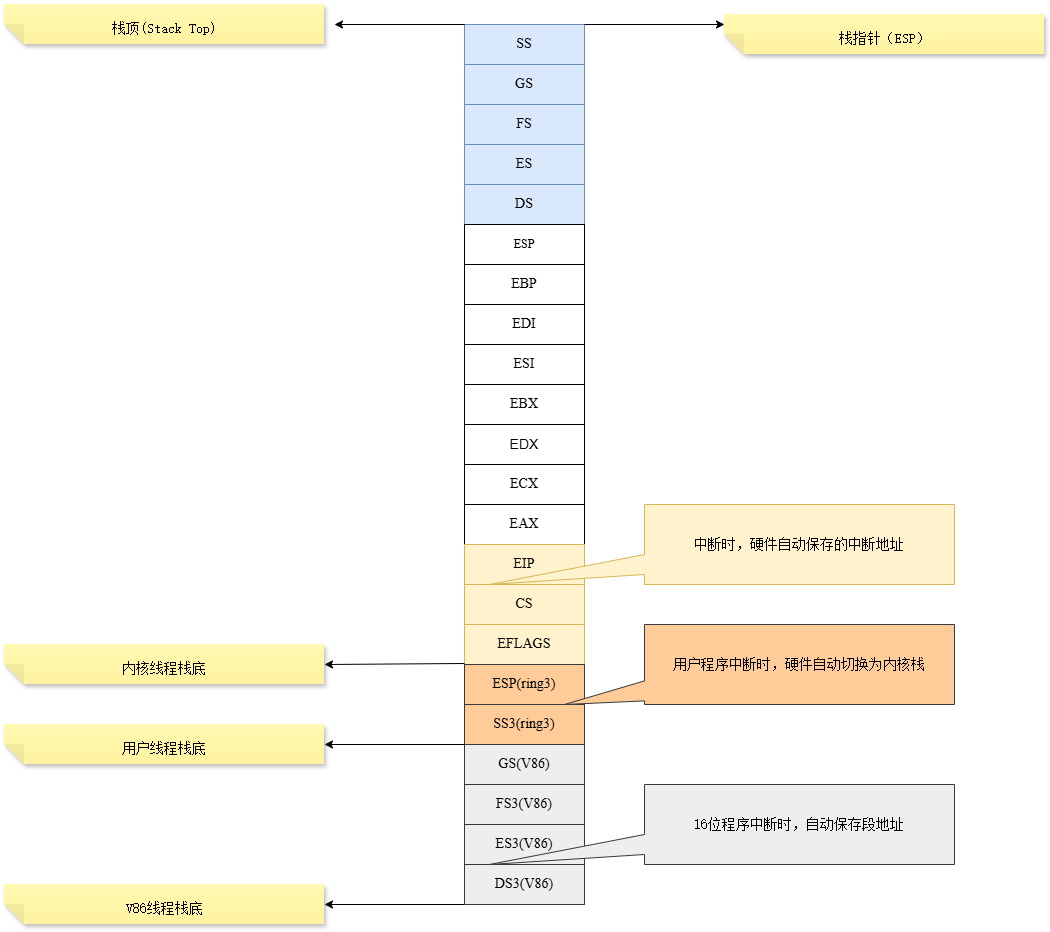
This is 中断时栈布局图.png from satadriver/essay, a draw.io export, as it was before one commit. Source tidied: cells renumbered, new cells last; positions are measured from the earlier drawing's top-left corner, leaving out a move shared by most shapes.
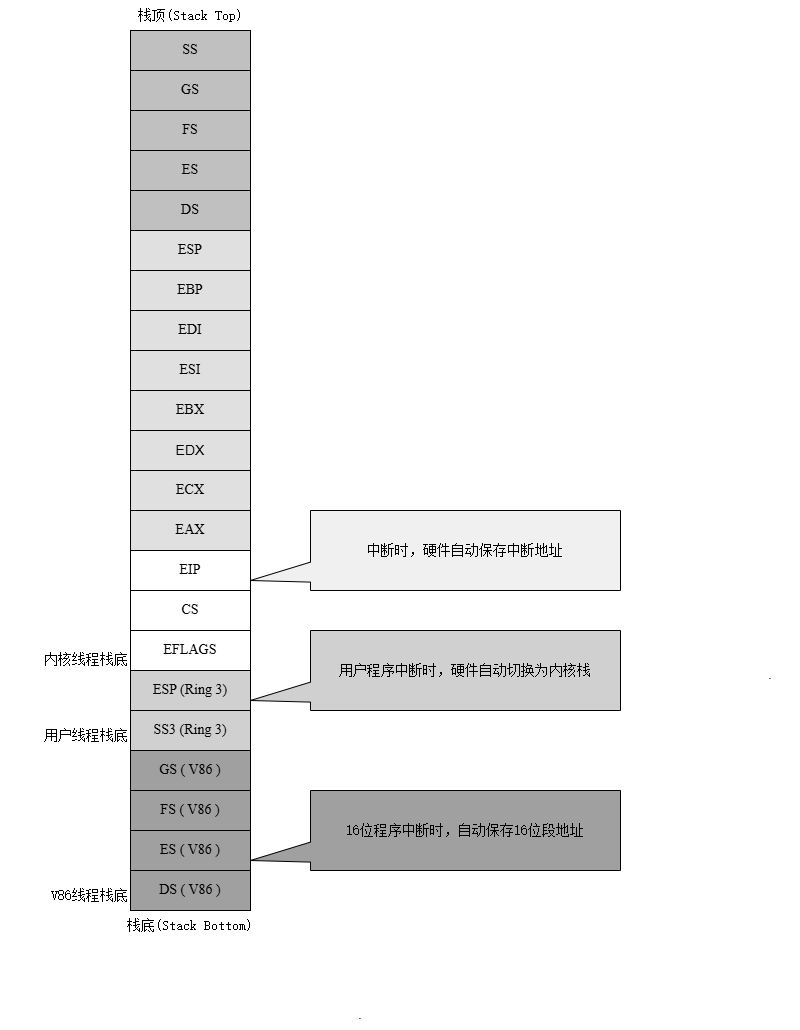
The same file after the commit.

Diff of the diagram source:
```diff
@@ -2,121 +2,101 @@
   <root>
     <mxCell id="0" />
     <mxCell id="1" parent="0" />
-    <mxCell id="2" value="&lt;font style=&quot;font-size: 14px;&quot; face=&quot;Times New Roman&quot;&gt;GS&lt;/font&gt;" style="rounded=0;whiteSpace=wrap;html=1;fillColor=#dae8fc;strokeColor=#6c8ebf;" parent="1" vertex="1">
+    <mxCell id="2" value="&lt;font style=&quot;font-size: 14px;&quot; face=&quot;Times New Roman&quot;&gt;GS&lt;/font&gt;" style="rounded=0;whiteSpace=wrap;html=1;fillColor=light-dark(#C0C0C0,#1D293B);strokeColor=default;" parent="1" vertex="1">
       <mxGeometry x="460" y="60" width="120" height="40" as="geometry" />
     </mxCell>
-    <mxCell id="3" value="&lt;font style=&quot;font-size: 14px;&quot; face=&quot;Times New Roman&quot;&gt;FS&lt;/font&gt;" style="rounded=0;whiteSpace=wrap;html=1;fillColor=#dae8fc;strokeColor=#6c8ebf;" parent="1" vertex="1">
+    <mxCell id="3" value="&lt;font style=&quot;font-size: 14px;&quot; face=&quot;Times New Roman&quot;&gt;FS&lt;/font&gt;" style="rounded=0;whiteSpace=wrap;html=1;fillColor=light-dark(#C0C0C0,#1D293B);strokeColor=default;" parent="1" vertex="1">
       <mxGeometry x="460" y="100" width="120" height="40" as="geometry" />
     </mxCell>
-    <mxCell id="4" value="&lt;font face=&quot;Times New Roman&quot; style=&quot;font-size: 14px;&quot;&gt;ES&lt;/font&gt;" style="rounded=0;whiteSpace=wrap;html=1;fillColor=#dae8fc;strokeColor=#6c8ebf;" parent="1" vertex="1">
+    <mxCell id="4" value="&lt;font face=&quot;Times New Roman&quot; style=&quot;font-size: 14px;&quot;&gt;ES&lt;/font&gt;" style="rounded=0;whiteSpace=wrap;html=1;fillColor=#C0C0C0;strokeColor=default;" parent="1" vertex="1">
       <mxGeometry x="460" y="140" width="120" height="40" as="geometry" />
     </mxCell>
-    <mxCell id="5" value="&lt;font style=&quot;font-size: 14px;&quot; face=&quot;Times New Roman&quot;&gt;DS&lt;/font&gt;" style="rounded=0;whiteSpace=wrap;html=1;fillColor=#dae8fc;strokeColor=#6c8ebf;" parent="1" vertex="1">
+    <mxCell id="5" value="&lt;font style=&quot;font-size: 14px;&quot; face=&quot;Times New Roman&quot;&gt;DS&lt;/font&gt;" style="rounded=0;whiteSpace=wrap;html=1;fillColor=light-dark(#C0C0C0,#1D293B);strokeColor=default;" parent="1" vertex="1">
       <mxGeometry x="460" y="180" width="120" height="40" as="geometry" />
     </mxCell>
-    <mxCell id="6" value="&lt;font face=&quot;Times New Roman&quot;&gt;ESP&lt;/font&gt;" style="rounded=0;whiteSpace=wrap;html=1;" parent="1" vertex="1">
+    <mxCell id="6" value="&lt;font face=&quot;Times New Roman&quot; style=&quot;font-size: 14px;&quot;&gt;ESP&lt;/font&gt;" style="rounded=0;whiteSpace=wrap;html=1;fillColor=#E0E0E0;strokeColor=default;" parent="1" vertex="1">
       <mxGeometry x="460" y="220" width="120" height="40" as="geometry" />
     </mxCell>
-    <mxCell id="7" value="&lt;font style=&quot;font-size: 14px;&quot; face=&quot;Times New Roman&quot;&gt;EBP&lt;/font&gt;" style="rounded=0;whiteSpace=wrap;html=1;" parent="1" vertex="1">
+    <mxCell id="7" value="&lt;font style=&quot;font-size: 14px;&quot; face=&quot;Times New Roman&quot;&gt;EBP&lt;/font&gt;" style="rounded=0;whiteSpace=wrap;html=1;fillColor=#E0E0E0;strokeColor=default;" parent="1" vertex="1">
       <mxGeometry x="460" y="260" width="120" height="40" as="geometry" />
     </mxCell>
-    <mxCell id="8" value="&lt;font style=&quot;font-size: 14px;&quot; face=&quot;Times New Roman&quot;&gt;EDI&lt;/font&gt;" style="rounded=0;whiteSpace=wrap;html=1;" parent="1" vertex="1">
+    <mxCell id="8" value="&lt;font style=&quot;font-size: 14px;&quot; face=&quot;Times New Roman&quot;&gt;EDI&lt;/font&gt;" style="rounded=0;whiteSpace=wrap;html=1;fillColor=#E0E0E0;strokeColor=default;" parent="1" vertex="1">
       <mxGeometry x="460" y="300" width="120" height="40" as="geometry" />
     </mxCell>
-    <mxCell id="9" value="&lt;font face=&quot;Times New Roman&quot; style=&quot;font-size: 14px;&quot;&gt;SS&lt;/font&gt;" style="rounded=0;whiteSpace=wrap;html=1;fillColor=#dae8fc;strokeColor=#6c8ebf;" parent="1" vertex="1">
+    <mxCell id="9" value="&lt;font face=&quot;Times New Roman&quot; style=&quot;font-size: 14px;&quot;&gt;SS&lt;/font&gt;" style="rounded=0;whiteSpace=wrap;html=1;fillColor=light-dark(#C0C0C0,#1D293B);strokeColor=default;" parent="1" vertex="1">
       <mxGeometry x="460" y="20" width="120" height="40" as="geometry" />
     </mxCell>
-    <mxCell id="10" value="&lt;font style=&quot;font-size: 14px;&quot; face=&quot;Times New Roman&quot;&gt;ESI&lt;/font&gt;" style="rounded=0;whiteSpace=wrap;html=1;" parent="1" vertex="1">
+    <mxCell id="10" value="&lt;font style=&quot;font-size: 14px;&quot; face=&quot;Times New Roman&quot;&gt;ESI&lt;/font&gt;" style="rounded=0;whiteSpace=wrap;html=1;fillColor=#E0E0E0;strokeColor=default;" parent="1" vertex="1">
       <mxGeometry x="460" y="340" width="120" height="40" as="geometry" />
     </mxCell>
-    <mxCell id="11" value="&lt;font face=&quot;Times New Roman&quot; style=&quot;font-size: 14px;&quot;&gt;EBX&lt;/font&gt;" style="rounded=0;whiteSpace=wrap;html=1;" parent="1" vertex="1">
+    <mxCell id="11" value="&lt;font face=&quot;Times New Roman&quot; style=&quot;font-size: 14px;&quot;&gt;EBX&lt;/font&gt;" style="rounded=0;whiteSpace=wrap;html=1;fillColor=#E0E0E0;strokeColor=default;" parent="1" vertex="1">
       <mxGeometry x="460" y="380" width="120" height="40" as="geometry" />
     </mxCell>
-    <mxCell id="12" value="&lt;font style=&quot;font-size: 14px;&quot;&gt;EDX&lt;/font&gt;" style="rounded=0;whiteSpace=wrap;html=1;" parent="1" vertex="1">
+    <mxCell id="12" value="&lt;font style=&quot;font-size: 14px;&quot;&gt;EDX&lt;/font&gt;" style="rounded=0;whiteSpace=wrap;html=1;fillColor=#E0E0E0;strokeColor=default;" parent="1" vertex="1">
       <mxGeometry x="460" y="420" width="120" height="40" as="geometry" />
     </mxCell>
-    <mxCell id="13" value="&lt;font style=&quot;font-size: 14px;&quot; face=&quot;Times New Roman&quot;&gt;ECX&lt;/font&gt;" style="rounded=0;whiteSpace=wrap;html=1;" parent="1" vertex="1">
+    <mxCell id="13" value="&lt;font style=&quot;font-size: 14px;&quot; face=&quot;Times New Roman&quot;&gt;ECX&lt;/font&gt;" style="rounded=0;whiteSpace=wrap;html=1;fillColor=#E0E0E0;strokeColor=default;" parent="1" vertex="1">
       <mxGeometry x="460" y="460" width="120" height="40" as="geometry" />
     </mxCell>
-    <mxCell id="14" value="&lt;font face=&quot;Times New Roman&quot; style=&quot;font-size: 14px;&quot;&gt;EAX&lt;/font&gt;" style="rounded=0;whiteSpace=wrap;html=1;" parent="1" vertex="1">
+    <mxCell id="14" value="&lt;font face=&quot;Times New Roman&quot; style=&quot;font-size: 14px;&quot;&gt;EAX&lt;/font&gt;" style="rounded=0;whiteSpace=wrap;html=1;fillColor=#E0E0E0;strokeColor=default;" parent="1" vertex="1">
       <mxGeometry x="460" y="500" width="120" height="40" as="geometry" />
     </mxCell>
-    <mxCell id="15" value="&lt;font face=&quot;Times New Roman&quot; style=&quot;font-size: 14px;&quot;&gt;EIP&lt;/font&gt;" style="rounded=0;whiteSpace=wrap;html=1;fillColor=#fff2cc;strokeColor=#d6b656;" parent="1" vertex="1">
+    <mxCell id="15" value="&lt;font face=&quot;Times New Roman&quot; style=&quot;font-size: 14px;&quot;&gt;EIP&lt;/font&gt;" style="rounded=0;whiteSpace=wrap;html=1;fillColor=#FFFFFF;strokeColor=default;" parent="1" vertex="1">
       <mxGeometry x="460" y="540" width="120" height="40" as="geometry" />
     </mxCell>
-    <mxCell id="16" value="&lt;font face=&quot;Times New Roman&quot; style=&quot;font-size: 14px;&quot;&gt;CS&lt;/font&gt;" style="rounded=0;whiteSpace=wrap;html=1;fillColor=#fff2cc;strokeColor=#d6b656;" parent="1" vertex="1">
+    <mxCell id="16" value="&lt;font face=&quot;Times New Roman&quot; style=&quot;font-size: 14px;&quot;&gt;CS&lt;/font&gt;" style="rounded=0;whiteSpace=wrap;html=1;fillColor=#FFFFFF;strokeColor=default;" parent="1" vertex="1">
       <mxGeometry x="460" y="580" width="120" height="40" as="geometry" />
     </mxCell>
-    <mxCell id="17" value="&lt;font style=&quot;font-size: 14px;&quot; face=&quot;Times New Roman&quot;&gt;EFLAGS&lt;/font&gt;" style="rounded=0;whiteSpace=wrap;html=1;fillColor=#fff2cc;strokeColor=#d6b656;" parent="1" vertex="1">
+    <mxCell id="17" value="&lt;font style=&quot;font-size: 14px;&quot; face=&quot;Times New Roman&quot;&gt;EFLAGS&lt;/font&gt;" style="rounded=0;whiteSpace=wrap;html=1;fillColor=#FFFFFF;strokeColor=default;" parent="1" vertex="1">
       <mxGeometry x="460" y="620" width="120" height="40" as="geometry" />
     </mxCell>
-    <mxCell id="18" style="endArrow=classic;html=1;rounded=0;" parent="1" edge="1">
-      <mxGeometry relative="1" as="geometry">
-        <mxPoint x="580" y="20" as="sourcePoint" />
-        <mxPoint x="720" y="20" as="targetPoint" />
-      </mxGeometry>
-    </mxCell>
-    <mxCell id="19" value="&lt;font style=&quot;font-size: 14px;&quot; face=&quot;宋体&quot;&gt;栈指针（ESP）&lt;/font&gt;" style="shape=note;whiteSpace=wrap;html=1;backgroundOutline=1;fontColor=#000000;darkOpacity=0.05;fillColor=#FFF9B2;strokeColor=none;fillStyle=solid;direction=west;gradientDirection=north;gradientColor=#FFF2A1;shadow=1;size=20;autosizeText=1;fontSize=27;" parent="1" vertex="1">
-      <mxGeometry x="720" y="10" width="320" height="40" as="geometry" />
-    </mxCell>
-    <mxCell id="20" style="endArrow=classic;html=1;rounded=0;exitX=0;exitY=0;exitDx=0;exitDy=0;" parent="1" edge="1" source="9">
-      <mxGeometry relative="1" as="geometry">
-        <mxPoint x="330" y="20" as="targetPoint" />
-      </mxGeometry>
-    </mxCell>
-    <mxCell id="21" value="&lt;font style=&quot;font-size: 14px;&quot; face=&quot;宋体&quot;&gt;栈顶(Stack Top)&lt;/font&gt;" style="shape=note;whiteSpace=wrap;html=1;backgroundOutline=1;fontColor=#000000;darkOpacity=0.05;fillColor=#FFF9B2;strokeColor=none;fillStyle=solid;direction=west;gradientDirection=north;gradientColor=#FFF2A1;shadow=1;size=20;autosizeText=1;fontSize=27;" parent="1" vertex="1">
-      <mxGeometry width="320" height="40" as="geometry" />
-    </mxCell>
-    <mxCell id="22" style="endArrow=classic;html=1;rounded=0;entryX=0;entryY=0.5;entryDx=0;entryDy=0;entryPerimeter=0;" parent="1" edge="1" target="23">
-      <mxGeometry relative="1" as="geometry">
-        <mxPoint x="460" y="900" as="sourcePoint" />
-      </mxGeometry>
-    </mxCell>
-    <mxCell id="23" value="&lt;div style=&quot;text-align: start;&quot;&gt;&lt;span style=&quot;text-align: center;&quot;&gt;&lt;font face=&quot;宋体&quot; style=&quot;font-size: 14px;&quot;&gt;V86线程栈底&lt;/font&gt;&lt;/span&gt;&lt;/div&gt;" style="shape=note;whiteSpace=wrap;html=1;backgroundOutline=1;fontColor=#000000;darkOpacity=0.05;fillColor=#FFF9B2;strokeColor=none;fillStyle=solid;direction=west;gradientDirection=north;gradientColor=#FFF2A1;shadow=1;size=20;autosizeText=1;fontSize=27;" parent="1" vertex="1">
-      <mxGeometry y="880" width="320" height="40" as="geometry" />
-    </mxCell>
-    <mxCell id="24" value="&lt;font face=&quot;Times New Roman&quot; style=&quot;font-size: 14px;&quot;&gt;ESP(ring3)&lt;/font&gt;" style="rounded=0;whiteSpace=wrap;html=1;fillColor=#ffcc99;strokeColor=#36393d;" parent="1" vertex="1">
+    <mxCell id="24" value="&lt;font face=&quot;Times New Roman&quot; style=&quot;font-size: 14px;&quot;&gt;ESP (Ring 3)&lt;/font&gt;" style="rounded=0;whiteSpace=wrap;html=1;fillColor=#D0D0D0;strokeColor=default;" parent="1" vertex="1">
       <mxGeometry x="460" y="660" width="120" height="40" as="geometry" />
     </mxCell>
-    <mxCell id="25" value="&lt;font face=&quot;Times New Roman&quot; style=&quot;font-size: 14px;&quot;&gt;SS3(ring3)&lt;/font&gt;" style="rounded=0;whiteSpace=wrap;html=1;fillColor=#ffcc99;strokeColor=#36393d;" parent="1" vertex="1">
+    <mxCell id="25" value="&lt;font face=&quot;Times New Roman&quot; style=&quot;font-size: 14px;&quot;&gt;SS3 (Ring 3)&lt;/font&gt;" style="rounded=0;whiteSpace=wrap;html=1;fillColor=#D0D0D0;strokeColor=default;" parent="1" vertex="1">
       <mxGeometry x="460" y="700" width="120" height="40" as="geometry" />
     </mxCell>
-    <mxCell id="26" value="&lt;font face=&quot;Times New Roman&quot; style=&quot;font-size: 14px;&quot;&gt;GS(V86)&lt;/font&gt;" style="rounded=0;whiteSpace=wrap;html=1;fillColor=#eeeeee;strokeColor=#36393d;" parent="1" vertex="1">
+    <mxCell id="26" value="&lt;font face=&quot;Times New Roman&quot; style=&quot;font-size: 14px;&quot;&gt;GS ( V86 )&lt;/font&gt;" style="rounded=0;whiteSpace=wrap;html=1;fillColor=#A0A0A0;strokeColor=default;" parent="1" vertex="1">
       <mxGeometry x="460" y="740" width="120" height="40" as="geometry" />
     </mxCell>
-    <mxCell id="27" value="&lt;font face=&quot;Times New Roman&quot; style=&quot;font-size: 14px;&quot;&gt;FS3(V86)&lt;/font&gt;" style="rounded=0;whiteSpace=wrap;html=1;fillColor=#eeeeee;strokeColor=#36393d;" parent="1" vertex="1">
+    <mxCell id="27" value="&lt;font face=&quot;Times New Roman&quot; style=&quot;font-size: 14px;&quot;&gt;FS ( V86 )&lt;/font&gt;" style="rounded=0;whiteSpace=wrap;html=1;fillColor=#A0A0A0;strokeColor=default;" parent="1" vertex="1">
       <mxGeometry x="460" y="780" width="120" height="40" as="geometry" />
     </mxCell>
-    <mxCell id="28" value="&lt;font face=&quot;Times New Roman&quot; style=&quot;font-size: 14px;&quot;&gt;ES3(V86)&lt;/font&gt;" style="rounded=0;whiteSpace=wrap;html=1;fillColor=#eeeeee;strokeColor=#36393d;" parent="1" vertex="1">
+    <mxCell id="28" value="&lt;font face=&quot;Times New Roman&quot; style=&quot;font-size: 14px;&quot;&gt;ES ( V86 )&lt;/font&gt;" style="rounded=0;whiteSpace=wrap;html=1;fillColor=#A0A0A0;strokeColor=default;" parent="1" vertex="1">
       <mxGeometry x="460" y="820" width="120" height="40" as="geometry" />
     </mxCell>
-    <mxCell id="29" value="&lt;font face=&quot;Times New Roman&quot; style=&quot;font-size: 14px;&quot;&gt;DS3(V86)&lt;/font&gt;" style="rounded=0;whiteSpace=wrap;html=1;fillColor=#eeeeee;strokeColor=#36393d;" parent="1" vertex="1">
+    <mxCell id="29" value="&lt;font face=&quot;Times New Roman&quot; style=&quot;font-size: 14px;&quot;&gt;DS ( V86 )&lt;/font&gt;" style="rounded=0;whiteSpace=wrap;html=1;fillColor=#A0A0A0;strokeColor=default;" parent="1" vertex="1">
       <mxGeometry x="460" y="860" width="120" height="40" as="geometry" />
     </mxCell>
-    <mxCell id="30" value="&lt;div style=&quot;text-align: start;&quot;&gt;&lt;span style=&quot;text-align: center;&quot;&gt;&lt;font face=&quot;宋体&quot; style=&quot;font-size: 14px;&quot;&gt;用户线程栈底&lt;/font&gt;&lt;/span&gt;&lt;/div&gt;" style="shape=note;whiteSpace=wrap;html=1;backgroundOutline=1;fontColor=#000000;darkOpacity=0.05;fillColor=#FFF9B2;strokeColor=none;fillStyle=solid;direction=west;gradientDirection=north;gradientColor=#FFF2A1;shadow=1;size=20;autosizeText=1;fontSize=27;" parent="1" vertex="1">
-      <mxGeometry y="720" width="320" height="40" as="geometry" />
-    </mxCell>
-    <mxCell id="31" style="endArrow=classic;html=1;rounded=0;entryX=0;entryY=0.5;entryDx=0;entryDy=0;entryPerimeter=0;" parent="1" edge="1" target="30">
-      <mxGeometry relative="1" as="geometry">
-        <mxPoint x="460" y="740" as="sourcePoint" />
-      </mxGeometry>
-    </mxCell>
-    <mxCell id="32" value="&lt;div style=&quot;text-align: start;&quot;&gt;&lt;font face=&quot;宋体&quot;&gt;&lt;span style=&quot;text-align: center;&quot;&gt;&lt;font style=&quot;font-size: 14px;&quot;&gt;内核&lt;/font&gt;&lt;/span&gt;&lt;span style=&quot;font-size: 14px; text-align: center; background-color: transparent; color: light-dark(rgb(0, 0, 0), rgb(237, 237, 237));&quot;&gt;线程栈底&lt;/span&gt;&lt;/font&gt;&lt;/div&gt;" style="shape=note;whiteSpace=wrap;html=1;backgroundOutline=1;fontColor=#000000;darkOpacity=0.05;fillColor=#FFF9B2;strokeColor=none;fillStyle=solid;direction=west;gradientDirection=north;gradientColor=#FFF2A1;shadow=1;size=20;autosizeText=1;fontSize=27;" parent="1" vertex="1">
-      <mxGeometry y="640" width="320" height="40" as="geometry" />
-    </mxCell>
-    <mxCell id="33" style="endArrow=classic;html=1;rounded=0;entryX=0;entryY=0.5;entryDx=0;entryDy=0;entryPerimeter=0;" parent="1" edge="1" target="32">
-      <mxGeometry relative="1" as="geometry">
-        <mxPoint x="460" y="659" as="sourcePoint" />
-      </mxGeometry>
-    </mxCell>
-    <mxCell id="34" value="&lt;font style=&quot;font-size: 14px;&quot; face=&quot;宋体&quot;&gt;16位程序中断时，自动保存段地址&lt;/font&gt;" style="shape=wedgeCallout;whiteSpace=wrap;html=1;tipX=-1;tipY=0.5;fillColor=#eeeeee;strokeColor=#36393d;" parent="1" vertex="1">
+    <mxCell id="34" value="&lt;font style=&quot;font-size: 14px;&quot; face=&quot;宋体&quot;&gt;16位程序中断时，自动保存16位段地址&lt;/font&gt;" style="shape=wedgeCallout;whiteSpace=wrap;html=1;tipX=-0.694;tipY=0.375;fillColor=#A0A0A0;strokeColor=default;" parent="1" vertex="1">
       <mxGeometry x="640" y="780" width="310" height="80" as="geometry" />
     </mxCell>
-    <mxCell id="35" value="&lt;font style=&quot;font-size: 14px;&quot; face=&quot;宋体&quot;&gt;用户程序中断时，硬件自动切换为内核栈&lt;/font&gt;" style="shape=wedgeCallout;whiteSpace=wrap;html=1;tipX=-0.758;tipY=0.5;fillColor=#ffcc99;strokeColor=#36393d;" parent="1" vertex="1">
+    <mxCell id="35" value="&lt;font style=&quot;font-size: 14px;&quot; face=&quot;宋体&quot;&gt;用户程序中断时，硬件自动切换为内核栈&lt;/font&gt;" style="shape=wedgeCallout;whiteSpace=wrap;html=1;tipX=-0.694;tipY=0.375;fillColor=#D0D0D0;strokeColor=default;" parent="1" vertex="1">
       <mxGeometry x="640" y="620" width="310" height="80" as="geometry" />
     </mxCell>
-    <mxCell id="36" value="&lt;font style=&quot;font-size: 14px;&quot; face=&quot;宋体&quot;&gt;中断时，硬件自动保存的中断地址&lt;/font&gt;" style="shape=wedgeCallout;whiteSpace=wrap;html=1;tipX=-1;tipY=0.5;fillColor=#fff2cc;strokeColor=#d6b656;" parent="1" vertex="1">
+    <mxCell id="36" value="&lt;font style=&quot;font-size: 14px;&quot; face=&quot;宋体&quot;&gt;中断时，硬件自动保存中断地址&lt;/font&gt;" style="shape=wedgeCallout;whiteSpace=wrap;html=1;tipX=-0.694;tipY=0.375;fillColor=#F0F0F0;strokeColor=default;" parent="1" vertex="1">
       <mxGeometry x="640" y="500" width="310" height="80" as="geometry" />
     </mxCell>
+    <mxCell id="21" value="&lt;span style=&quot;font-family: 宋体; font-size: 14px;&quot;&gt;栈顶(Stack Top)&lt;/span&gt;" style="text;html=1;whiteSpace=wrap;strokeColor=none;fillColor=none;align=center;verticalAlign=middle;rounded=0;" parent="1" vertex="1">
+      <mxGeometry x="460" y="-10" width="120" height="30" as="geometry" />
+    </mxCell>
+    <mxCell id="37" value="&lt;span style=&quot;font-family: 宋体; font-size: 14px;&quot;&gt;栈底(Stack Bottom)&lt;/span&gt;" style="text;html=1;whiteSpace=wrap;strokeColor=none;fillColor=none;align=center;verticalAlign=middle;rounded=0;" parent="1" vertex="1">
+      <mxGeometry x="440" y="900" width="160" height="30" as="geometry" />
+    </mxCell>
+    <mxCell id="23" value="&lt;span style=&quot;font-family: 宋体; font-size: 14px;&quot;&gt;V86线程栈底&lt;/span&gt;" style="text;html=1;whiteSpace=wrap;strokeColor=none;fillColor=none;align=right;verticalAlign=middle;rounded=0;" parent="1" vertex="1">
+      <mxGeometry x="330" y="870" width="130" height="30" as="geometry" />
+    </mxCell>
+    <mxCell id="30" value="&lt;span style=&quot;font-family: 宋体; font-size: 14px;&quot;&gt;用户线程栈底&lt;/span&gt;" style="text;html=1;whiteSpace=wrap;strokeColor=none;fillColor=none;align=right;verticalAlign=middle;rounded=0;" parent="1" vertex="1">
+      <mxGeometry x="330" y="710" width="130" height="30" as="geometry" />
+    </mxCell>
+    <mxCell id="32" value="&lt;span style=&quot;font-family: 宋体; font-size: 24px;&quot;&gt;&lt;font style=&quot;font-size: 14px;&quot;&gt;内核&lt;/font&gt;&lt;/span&gt;&lt;span style=&quot;color: light-dark(rgb(0, 0, 0), rgb(237, 237, 237)); font-family: 宋体; background-color: transparent; font-size: 14px;&quot;&gt;线程栈底&lt;/span&gt;" style="text;html=1;whiteSpace=wrap;strokeColor=none;fillColor=none;align=right;verticalAlign=middle;rounded=0;" parent="1" vertex="1">
+      <mxGeometry x="330" y="630" width="130" height="30" as="geometry" />
+    </mxCell>
+    <mxCell id="38" value="." style="text;html=1;whiteSpace=wrap;strokeColor=none;fillColor=none;align=center;verticalAlign=middle;rounded=0;" parent="1" vertex="1">
+      <mxGeometry x="1070" y="650" width="60" height="30" as="geometry" />
+    </mxCell>
+    <mxCell id="39" value="." style="text;html=1;whiteSpace=wrap;strokeColor=none;fillColor=none;align=center;verticalAlign=middle;rounded=0;" parent="1" vertex="1">
+      <mxGeometry x="660" y="990" width="60" height="30" as="geometry" />
+    </mxCell>
   </root>
 </mxGraphModel>
```
